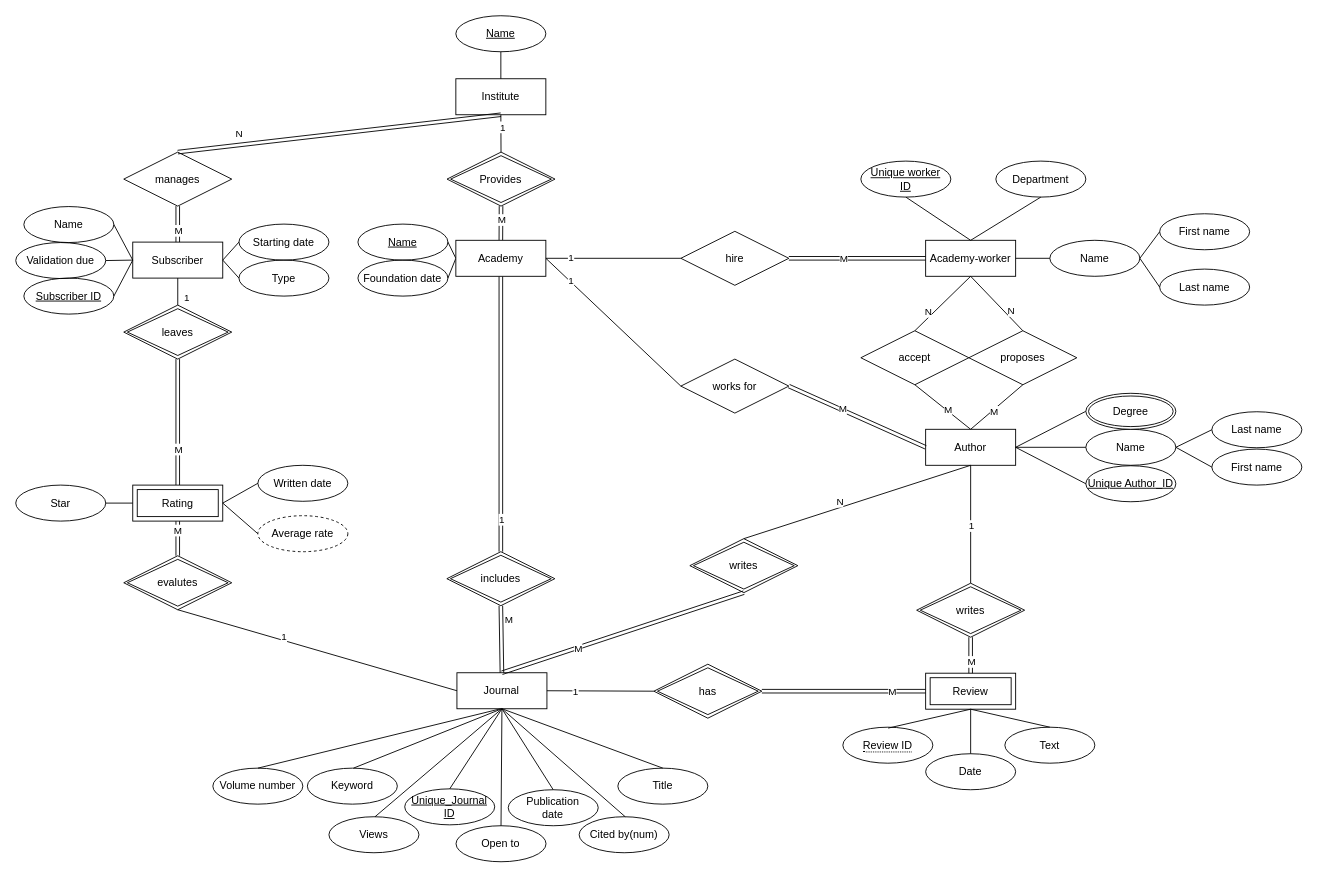
This is 학교과제/seo.drawio from waroad/Problem-Solving, a draw.io file, before an edit. Source tidied: cells renumbered, new cells numbered last; positions are measured from the earlier drawing's top-left corner, leaving out a move shared by most shapes. Both pictures are drawn from the tidied source at 90%, with x=0, y=0 at pixel (15, 15).
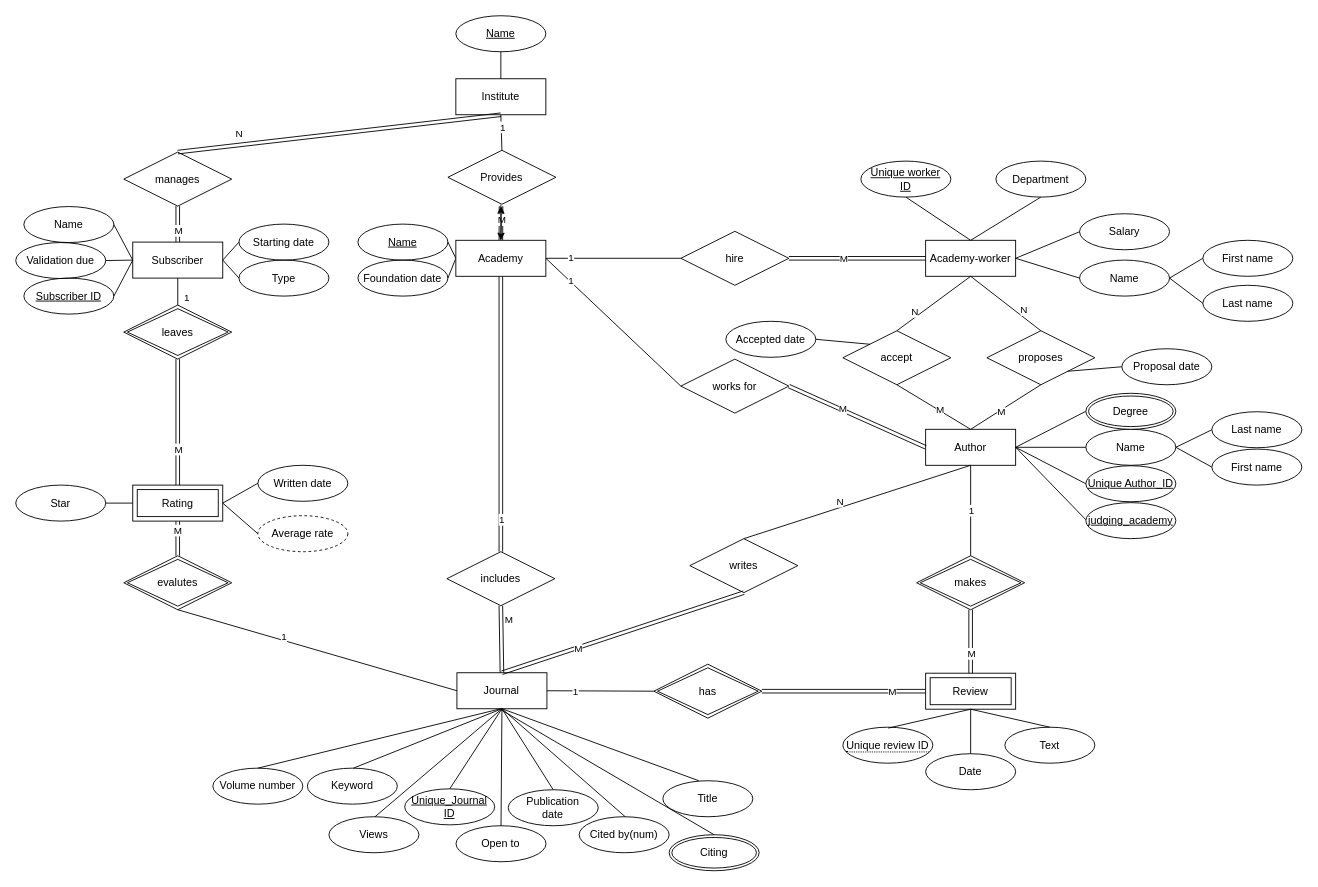
Above is the later version.

Unchanged cells that the change refers to:
```xml
<mxCell id="2" value="Journal" style="whiteSpace=wrap;html=1;align=center;direction=west;" parent="1" vertex="1">
  <mxGeometry x="490.2" y="730" width="100" height="40" as="geometry" />
</mxCell>
<mxCell id="6" value="Academy-worker" style="whiteSpace=wrap;html=1;align=center;direction=west;" parent="1" vertex="1">
  <mxGeometry x="1011" y="249.5" width="100" height="40" as="geometry" />
</mxCell>
<mxCell id="96" value="Author" style="whiteSpace=wrap;html=1;align=center;direction=west;" parent="1" vertex="1">
  <mxGeometry x="1011" y="459.5" width="100" height="40" as="geometry" />
</mxCell>
<mxCell id="123" value="Academy" style="whiteSpace=wrap;html=1;align=center;direction=west;" parent="1" vertex="1">
  <mxGeometry x="489" y="249.5" width="100" height="40" as="geometry" />
</mxCell>
```

Change to the diagram source:
```diff
@@
     <mxCell id="19" value="proposes" style="shape=rhombus;perimeter=rhombusPerimeter;whiteSpace=wrap;html=1;align=center;fillColor=none;gradientColor=default;direction=west;" parent="1" vertex="1">
-      <mxGeometry x="1059" y="350" width="120" height="60" as="geometry" />
+      <mxGeometry x="1079" y="350" width="120" height="60" as="geometry" />
     </mxCell>
@@
-    <mxCell id="29" value="&lt;span style=&quot;border-bottom: 1px dotted&quot;&gt;Review ID&lt;/span&gt;" style="ellipse;whiteSpace=wrap;html=1;align=center;fillColor=none;gradientColor=default;" parent="1" vertex="1">
+    <mxCell id="29" value="&lt;span style=&quot;border-bottom: 1px dotted&quot;&gt;Unique review ID&lt;/span&gt;" style="ellipse;whiteSpace=wrap;html=1;align=center;fillColor=none;gradientColor=default;" parent="1" vertex="1">
       <mxGeometry x="919" y="790.5" width="100" height="40" as="geometry" />
     </mxCell>
@@
     <mxCell id="33" value="Last name" style="ellipse;whiteSpace=wrap;html=1;align=center;fillColor=none;gradientColor=default;" parent="1" vertex="1">
-      <mxGeometry x="1271" y="281.5" width="100" height="40" as="geometry" />
+      <mxGeometry x="1319" y="299.5" width="100" height="40" as="geometry" />
     </mxCell>
     <mxCell id="34" value="Name" style="ellipse;whiteSpace=wrap;html=1;align=center;fillColor=none;gradientColor=default;" parent="1" vertex="1">
-      <mxGeometry x="1149" y="249.5" width="100" height="40" as="geometry" />
+      <mxGeometry x="1182" y="271.5" width="100" height="40" as="geometry" />
     </mxCell>
@@
     <mxCell id="37" value="First name" style="ellipse;whiteSpace=wrap;html=1;align=center;fillColor=none;gradientColor=default;" parent="1" vertex="1">
-      <mxGeometry x="1271" y="220" width="100" height="40" as="geometry" />
+      <mxGeometry x="1319" y="249.5" width="100" height="40" as="geometry" />
     </mxCell>
@@
-    <mxCell id="64" value="Provides" style="shape=rhombus;double=1;perimeter=rhombusPerimeter;whiteSpace=wrap;html=1;align=center;direction=west;" parent="1" vertex="1">
-      <mxGeometry x="479.2" y="151.5" width="120" height="60" as="geometry" />
-    </mxCell>
-    <mxCell id="65" style="shape=link;html=1;rounded=0;exitX=0.5;exitY=0;exitDx=0;exitDy=0;entryX=0.5;entryY=1;entryDx=0;entryDy=0;" parent="1" edge="1" source="64" target="123">
-      <mxGeometry relative="1" as="geometry" />
+    <mxCell id="65" style="shape=link;html=1;rounded=0;exitX=0.5;exitY=0;exitDx=0;exitDy=0;entryX=0.5;entryY=1;entryDx=0;entryDy=0;" parent="1" edge="1" target="123">
+      <mxGeometry relative="1" as="geometry">
+        <mxPoint x="539.2" y="211.5" as="sourcePoint" />
+      </mxGeometry>
     </mxCell>
@@
-    <mxCell id="68" value="writes" style="shape=rhombus;double=1;perimeter=rhombusPerimeter;whiteSpace=wrap;html=1;align=center;direction=west;" parent="1" vertex="1">
-      <mxGeometry x="1001" y="630.5" width="120" height="60" as="geometry" />
+    <mxCell id="68" value="makes" style="shape=rhombus;double=1;perimeter=rhombusPerimeter;whiteSpace=wrap;html=1;align=center;direction=west;" parent="1" vertex="1">
+      <mxGeometry x="1001" y="600" width="120" height="60" as="geometry" />
     </mxCell>
@@
-    <mxCell id="71" style="shape=link;html=1;rounded=0;exitX=0.5;exitY=0;exitDx=0;exitDy=0;entryX=0.5;entryY=1;entryDx=0;entryDy=0;" parent="1" edge="1" source="123" target="79">
-      <mxGeometry relative="1" as="geometry" />
+    <mxCell id="71" style="shape=link;html=1;rounded=0;exitX=0.5;exitY=0;exitDx=0;exitDy=0;entryX=0.5;entryY=1;entryDx=0;entryDy=0;" parent="1" edge="1" source="123">
+      <mxGeometry relative="1" as="geometry">
+        <mxPoint x="539" y="595.5" as="targetPoint" />
+      </mxGeometry>
     </mxCell>
@@
-    <mxCell id="73" style="shape=link;html=1;rounded=0;entryX=0.5;entryY=1;entryDx=0;entryDy=0;exitX=0.5;exitY=0;exitDx=0;exitDy=0;" parent="1" edge="1" source="79" target="2">
-      <mxGeometry relative="1" as="geometry" />
+    <mxCell id="73" style="shape=link;html=1;rounded=0;entryX=0.5;entryY=1;entryDx=0;entryDy=0;exitX=0.5;exitY=0;exitDx=0;exitDy=0;" parent="1" edge="1" target="2">
+      <mxGeometry relative="1" as="geometry">
+        <mxPoint x="539" y="655.5" as="sourcePoint" />
+      </mxGeometry>
     </mxCell>
@@
-    <mxCell id="79" value="includes" style="shape=rhombus;double=1;perimeter=rhombusPerimeter;whiteSpace=wrap;html=1;align=center;direction=west;" parent="1" vertex="1">
-      <mxGeometry x="479" y="595.5" width="120" height="60" as="geometry" />
-    </mxCell>
@@
     <mxCell id="116" value="accept" style="shape=rhombus;perimeter=rhombusPerimeter;whiteSpace=wrap;html=1;align=center;fillColor=none;gradientColor=default;direction=west;" parent="1" vertex="1">
-      <mxGeometry x="939" y="350" width="120" height="60" as="geometry" />
+      <mxGeometry x="919" y="350" width="120" height="60" as="geometry" />
     </mxCell>
@@
     <mxCell id="121" value="Title" style="ellipse;whiteSpace=wrap;html=1;align=center;fillColor=none;gradientColor=default;direction=west;" parent="1" vertex="1">
-      <mxGeometry x="669" y="836" width="100" height="40" as="geometry" />
+      <mxGeometry x="719" y="850" width="100" height="40" as="geometry" />
     </mxCell>
-    <mxCell id="122" style="endArrow=none;html=1;rounded=0;entryX=0.5;entryY=0;entryDx=0;entryDy=0;exitX=0.5;exitY=1;exitDx=0;exitDy=0;" parent="1" edge="1" source="121" target="2">
+    <mxCell id="122" style="endArrow=none;html=1;rounded=0;entryX=0.5;entryY=0;entryDx=0;entryDy=0;exitX=0.6;exitY=1;exitDx=0;exitDy=0;exitPerimeter=0;" parent="1" edge="1" source="121" target="2">
       <mxGeometry relative="1" as="geometry" />
     </mxCell>
+    <mxCell id="134" style="edgeStyle=orthogonalEdgeStyle;rounded=0;jettySize=auto;html=1;" parent="1" edge="1" source="123">
+      <mxGeometry relative="1" as="geometry">
+        <mxPoint x="539.2" y="211.5" as="targetPoint" />
+      </mxGeometry>
+    </mxCell>
@@
-    <mxCell id="129" value="writes" style="shape=rhombus;double=1;perimeter=rhombusPerimeter;whiteSpace=wrap;html=1;align=center;direction=west;" parent="1" vertex="1">
-      <mxGeometry x="749" y="581" width="120" height="60" as="geometry" />
-    </mxCell>
-    <mxCell id="130" style="shape=link;html=1;rounded=0;entryX=0.5;entryY=1;entryDx=0;entryDy=0;exitX=0.5;exitY=0;exitDx=0;exitDy=0;" parent="1" edge="1" source="129" target="2">
-      <mxGeometry relative="1" as="geometry" />
+    <mxCell id="130" style="shape=link;html=1;rounded=0;entryX=0.5;entryY=1;entryDx=0;entryDy=0;exitX=0.5;exitY=0;exitDx=0;exitDy=0;" parent="1" edge="1" target="2">
+      <mxGeometry relative="1" as="geometry">
+        <mxPoint x="809" y="641" as="sourcePoint" />
+      </mxGeometry>
     </mxCell>
@@
-    <mxCell id="132" style="endArrow=none;html=1;rounded=0;exitX=0.5;exitY=0;exitDx=0;exitDy=0;entryX=0.5;entryY=1;entryDx=0;entryDy=0;" parent="1" edge="1" source="96" target="129">
-      <mxGeometry relative="1" as="geometry" />
+    <mxCell id="132" style="endArrow=none;html=1;rounded=0;exitX=0.5;exitY=0;exitDx=0;exitDy=0;entryX=0.5;entryY=1;entryDx=0;entryDy=0;" parent="1" edge="1" source="96">
+      <mxGeometry relative="1" as="geometry">
+        <mxPoint x="809" y="581" as="targetPoint" />
+      </mxGeometry>
     </mxCell>
@@
+    <mxCell id="135" style="endArrow=none;html=1;rounded=0;exitX=0;exitY=0.5;exitDx=0;exitDy=0;entryX=0;entryY=0.5;entryDx=0;entryDy=0;" parent="1" edge="1" source="6" target="136">
+      <mxGeometry relative="1" as="geometry" />
+    </mxCell>
+    <mxCell id="136" value="Salary" style="ellipse;whiteSpace=wrap;html=1;align=center;fillColor=none;gradientColor=default;" parent="1" vertex="1">
+      <mxGeometry x="1182" y="220" width="100" height="40" as="geometry" />
+    </mxCell>
+    <mxCell id="137" style="endArrow=none;html=1;rounded=0;entryX=0;entryY=0.5;entryDx=0;entryDy=0;" parent="1" edge="1" target="96">
+      <mxGeometry relative="1" as="geometry">
+        <mxPoint x="1189" y="560" as="sourcePoint" />
+      </mxGeometry>
+    </mxCell>
+    <mxCell id="138" value="judging_academy" style="ellipse;whiteSpace=wrap;html=1;align=center;fontStyle=4;fillColor=none;gradientColor=default;strokeColor=default;direction=west;" parent="1" vertex="1">
+      <mxGeometry x="1189" y="541" width="100" height="40" as="geometry" />
+    </mxCell>
+    <mxCell id="139" style="endArrow=none;html=1;rounded=0;exitX=1;exitY=1;exitDx=0;exitDy=0;entryX=1;entryY=0.5;entryDx=0;entryDy=0;" parent="1" edge="1" source="116" target="140">
+      <mxGeometry relative="1" as="geometry" />
+    </mxCell>
+    <mxCell id="140" value="Accepted date" style="ellipse;whiteSpace=wrap;html=1;align=center;fillColor=none;gradientColor=default;" parent="1" vertex="1">
+      <mxGeometry x="789" y="339.5" width="100" height="40" as="geometry" />
+    </mxCell>
+    <mxCell id="141" value="Proposal date" style="ellipse;whiteSpace=wrap;html=1;align=center;fillColor=none;gradientColor=default;" parent="1" vertex="1">
+      <mxGeometry x="1229" y="370" width="100" height="40" as="geometry" />
+    </mxCell>
+    <mxCell id="142" style="endArrow=none;html=1;rounded=0;exitX=0;exitY=0.5;exitDx=0;exitDy=0;entryX=0;entryY=0;entryDx=0;entryDy=0;" parent="1" edge="1" source="141" target="19">
+      <mxGeometry relative="1" as="geometry" />
+    </mxCell>
+    <mxCell id="143" style="endArrow=none;html=1;rounded=0;exitX=0.5;exitY=0;exitDx=0;exitDy=0;" parent="1" edge="1" source="144">
+      <mxGeometry relative="1" as="geometry">
+        <mxPoint x="539" y="771" as="targetPoint" />
+      </mxGeometry>
+    </mxCell>
+    <mxCell id="144" value="Citing" style="ellipse;shape=doubleEllipse;margin=3;whiteSpace=wrap;html=1;align=center;" parent="1" vertex="1">
+      <mxGeometry x="726" y="910" width="100" height="40" as="geometry" />
+    </mxCell>
+    <mxCell id="145" style="edgeStyle=orthogonalEdgeStyle;rounded=0;jettySize=auto;html=1;" parent="1" edge="1" target="123">
+      <mxGeometry relative="1" as="geometry">
+        <mxPoint x="539" y="210" as="sourcePoint" />
+      </mxGeometry>
+    </mxCell>
+    <mxCell id="64" value="Provides" style="shape=rhombus;perimeter=rhombusPerimeter;whiteSpace=wrap;html=1;align=center;fillColor=none;gradientColor=default;direction=west;" parent="1" vertex="1">
+      <mxGeometry x="480.2" y="149.5" width="120" height="60" as="geometry" />
+    </mxCell>
+    <mxCell id="79" value="includes" style="shape=rhombus;perimeter=rhombusPerimeter;whiteSpace=wrap;html=1;align=center;fillColor=none;gradientColor=default;direction=west;" parent="1" vertex="1">
+      <mxGeometry x="479" y="595.5" width="120" height="60" as="geometry" />
+    </mxCell>
+    <mxCell id="129" value="writes" style="shape=rhombus;perimeter=rhombusPerimeter;whiteSpace=wrap;html=1;align=center;fillColor=none;gradientColor=default;direction=west;" parent="1" vertex="1">
+      <mxGeometry x="749" y="581" width="120" height="60" as="geometry" />
+    </mxCell>
```
